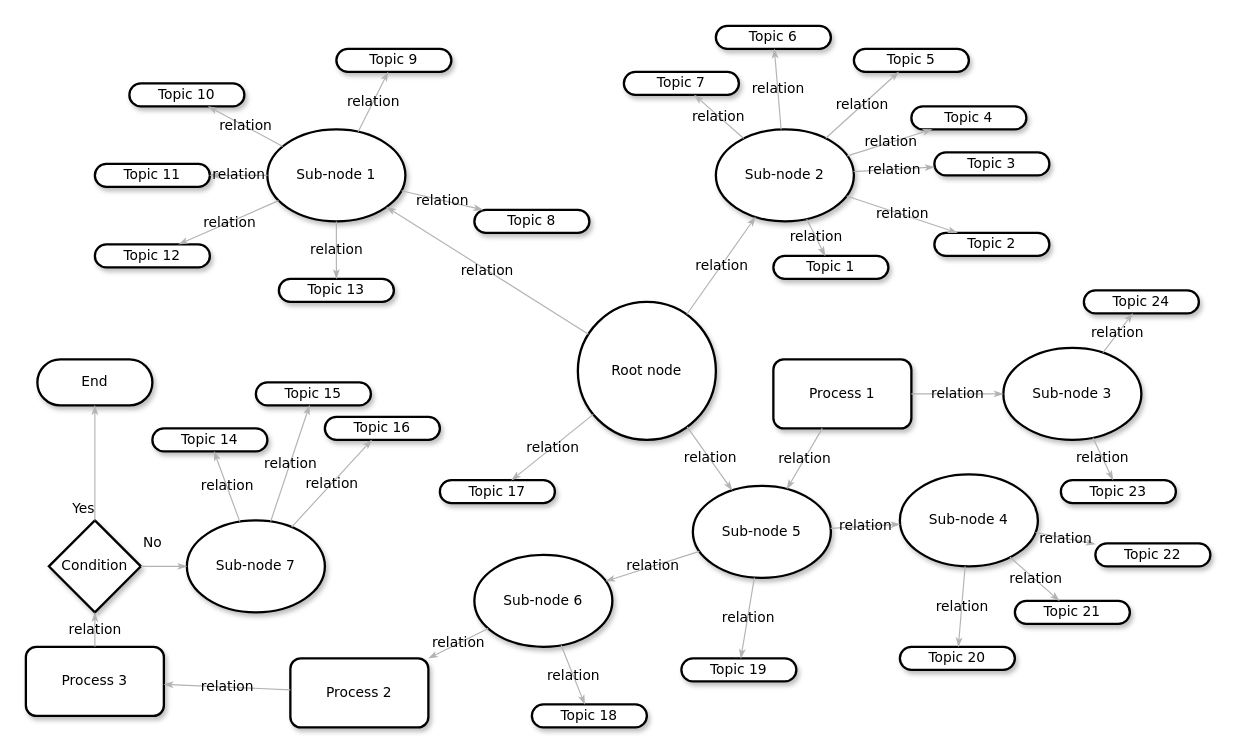
Earlier version of the draw.io diagram Untitled Diagram.drawio (kazkianoush/Pinnit). Source tidied: cells renumbered, new cells numbered last; positions are measured from the earlier drawing's top-left corner, leaving out a move shared by most shapes. Both pictures are drawn from the tidied source at 115%, with x=0, y=0 at pixel (25, 25).
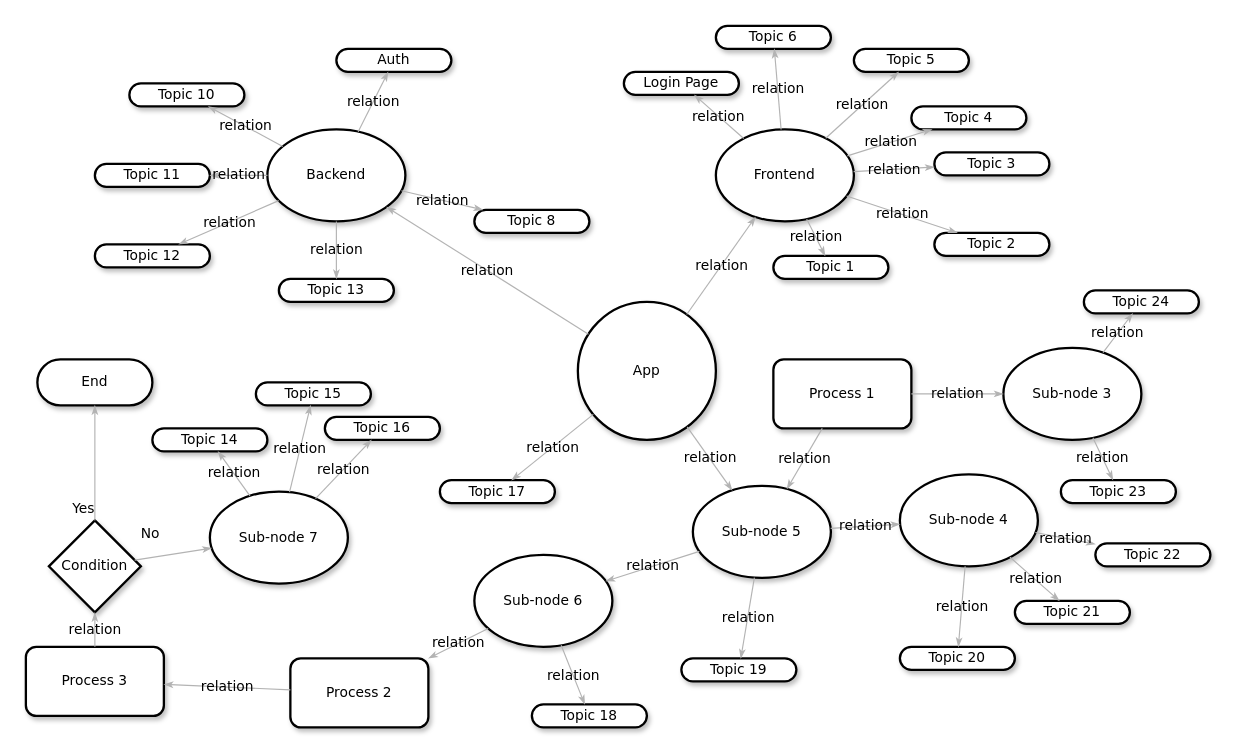
After the change.

Change to the diagram source:
```diff
@@
-    <mxCell id="3" value="Sub-node 1" style="ellipse;whiteSpace=wrap;html=1;rounded=1;shadow=1;comic=0;labelBackgroundColor=none;strokeWidth=2;fontFamily=Verdana;fontSize=12;align=center;" parent="1" vertex="1">
+    <mxCell id="3" value="Backend" style="ellipse;whiteSpace=wrap;html=1;rounded=1;shadow=1;comic=0;labelBackgroundColor=none;strokeWidth=2;fontFamily=Verdana;fontSize=12;align=center;" parent="1" vertex="1">
       <mxGeometry x="210" y="90" width="120" height="80" as="geometry" />
     </mxCell>
-    <mxCell id="4" value="&lt;span&gt;Sub-node 2&lt;/span&gt;" style="ellipse;whiteSpace=wrap;html=1;rounded=1;shadow=1;comic=0;labelBackgroundColor=none;strokeWidth=2;fontFamily=Verdana;fontSize=12;align=center;" parent="1" vertex="1">
+    <mxCell id="4" value="&lt;span&gt;Frontend&lt;/span&gt;" style="ellipse;whiteSpace=wrap;html=1;rounded=1;shadow=1;comic=0;labelBackgroundColor=none;strokeWidth=2;fontFamily=Verdana;fontSize=12;align=center;" parent="1" vertex="1">
       <mxGeometry x="600" y="90" width="120" height="80" as="geometry" />
     </mxCell>
-    <mxCell id="5" value="Root node" style="ellipse;whiteSpace=wrap;html=1;rounded=1;shadow=1;comic=0;labelBackgroundColor=none;strokeWidth=2;fontFamily=Verdana;fontSize=12;align=center;" parent="1" vertex="1">
+    <mxCell id="5" value="App" style="ellipse;whiteSpace=wrap;html=1;rounded=1;shadow=1;comic=0;labelBackgroundColor=none;strokeWidth=2;fontFamily=Verdana;fontSize=12;align=center;" parent="1" vertex="1">
       <mxGeometry x="480" y="240" width="120" height="120" as="geometry" />
     </mxCell>
@@
-    <mxCell id="11" value="&lt;span&gt;Topic 9&lt;/span&gt;" style="whiteSpace=wrap;html=1;rounded=1;shadow=1;comic=0;labelBackgroundColor=none;strokeWidth=2;fontFamily=Verdana;fontSize=12;align=center;arcSize=50;" parent="1" vertex="1">
+    <mxCell id="11" value="&lt;span&gt;Auth&lt;/span&gt;" style="whiteSpace=wrap;html=1;rounded=1;shadow=1;comic=0;labelBackgroundColor=none;strokeWidth=2;fontFamily=Verdana;fontSize=12;align=center;arcSize=50;" parent="1" vertex="1">
       <mxGeometry x="270" y="20" width="100" height="20" as="geometry" />
     </mxCell>
-    <mxCell id="12" value="&lt;span&gt;Topic 7&lt;/span&gt;" style="whiteSpace=wrap;html=1;rounded=1;shadow=1;comic=0;labelBackgroundColor=none;strokeWidth=2;fontFamily=Verdana;fontSize=12;align=center;arcSize=50;" parent="1" vertex="1">
+    <mxCell id="12" value="&lt;span&gt;Login Page&lt;/span&gt;" style="whiteSpace=wrap;html=1;rounded=1;shadow=1;comic=0;labelBackgroundColor=none;strokeWidth=2;fontFamily=Verdana;fontSize=12;align=center;arcSize=50;" parent="1" vertex="1">
       <mxGeometry x="520" y="40" width="100" height="20" as="geometry" />
     </mxCell>
@@
     <mxCell id="64" value="&lt;span&gt;Sub-node 7&lt;/span&gt;" style="ellipse;whiteSpace=wrap;html=1;rounded=1;shadow=1;comic=0;labelBackgroundColor=none;strokeWidth=2;fontFamily=Verdana;fontSize=12;align=center;" parent="1" vertex="1">
-      <mxGeometry x="140" y="430" width="120" height="80" as="geometry" />
+      <mxGeometry x="160" y="405" width="120" height="80" as="geometry" />
     </mxCell>
```
